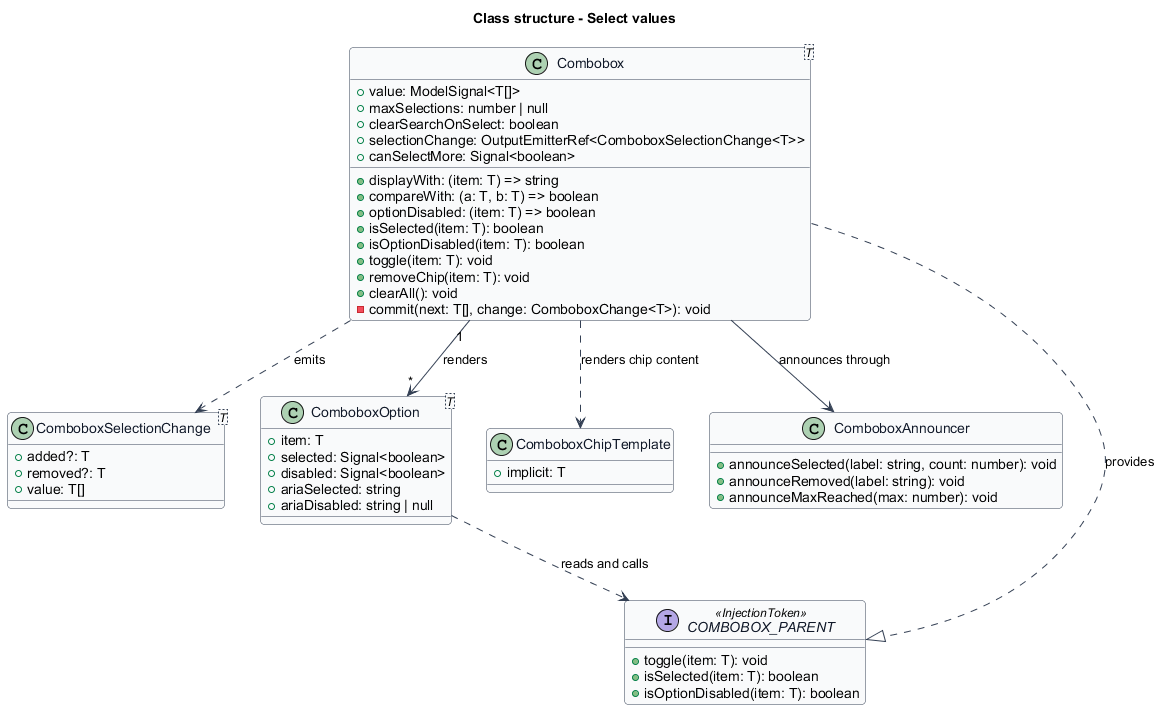
Above: docs/detailed-designs/combobox/select-values/diagrams/class-structure.png in QuinntyneBrown/Tessera (PlantUML), before the change.
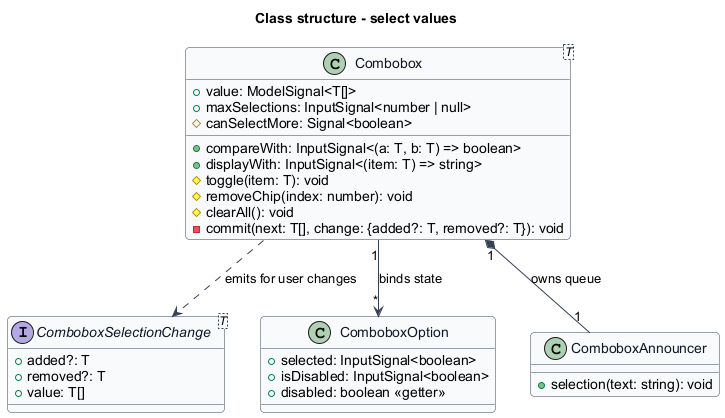
After the commit.

The edit, as a diff of the source:
```diff
@@ -1,5 +1,4 @@
 @startuml
-title Class structure - Select values
 skinparam backgroundColor #FFFFFF
 skinparam shadowing false
 skinparam roundcorner 8
@@ -10,58 +9,32 @@
   FontColor #101828
   BackgroundColor #F9FAFB
 }
-
-class "Combobox<T>" as Combobox {
+title Class structure - select values
+class "Combobox<T>" as Combo {
   +value: ModelSignal<T[]>
-  +displayWith: (item: T) => string
-  +compareWith: (a: T, b: T) => boolean
-  +optionDisabled: (item: T) => boolean
-  +maxSelections: number | null
-  +clearSearchOnSelect: boolean
-  +selectionChange: OutputEmitterRef<ComboboxSelectionChange<T>>
-  +canSelectMore: Signal<boolean>
-  +isSelected(item: T): boolean
-  +isOptionDisabled(item: T): boolean
-  +toggle(item: T): void
-  +removeChip(item: T): void
-  +clearAll(): void
-  -commit(next: T[], change: ComboboxChange<T>): void
+  +compareWith: InputSignal<(a: T, b: T) => boolean>
+  +displayWith: InputSignal<(item: T) => string>
+  +maxSelections: InputSignal<number | null>
+  #canSelectMore: Signal<boolean>
+  #toggle(item: T): void
+  #removeChip(index: number): void
+  #clearAll(): void
+  -commit(next: T[], change: {added?: T, removed?: T}): void
 }
-
-class "ComboboxSelectionChange<T>" as ComboboxSelectionChange {
+interface "ComboboxSelectionChange<T>" as Change {
   +added?: T
   +removed?: T
   +value: T[]
 }
-
-class "ComboboxOption<T>" as ComboboxOption {
-  +item: T
-  +selected: Signal<boolean>
-  +disabled: Signal<boolean>
-  +ariaSelected: string
-  +ariaDisabled: string | null
+class ComboboxOption {
+  +selected: InputSignal<boolean>
+  +isDisabled: InputSignal<boolean>
+  +disabled: boolean <<getter>>
 }
-
-class ComboboxChipTemplate {
-  +implicit: T
+class ComboboxAnnouncer {
+  +selection(text: string): void
 }
-
-class ComboboxAnnouncer {
-  +announceSelected(label: string, count: number): void
-  +announceRemoved(label: string): void
-  +announceMaxReached(max: number): void
-}
-
-interface COMBOBOX_PARENT <<InjectionToken>> {
-  +toggle(item: T): void
-  +isSelected(item: T): boolean
-  +isOptionDisabled(item: T): boolean
-}
-
-Combobox ..> ComboboxSelectionChange : emits
-Combobox "1" --> "*" ComboboxOption : renders
-Combobox ..> ComboboxChipTemplate : renders chip content
-Combobox --> ComboboxAnnouncer : announces through
-ComboboxOption ..> COMBOBOX_PARENT : reads and calls
-Combobox ..|> COMBOBOX_PARENT : provides
+Combo ..> Change : emits for user changes
+Combo "1" --> "*" ComboboxOption : binds state
+Combo "1" *-- "1" ComboboxAnnouncer : owns queue
 @enduml
```
